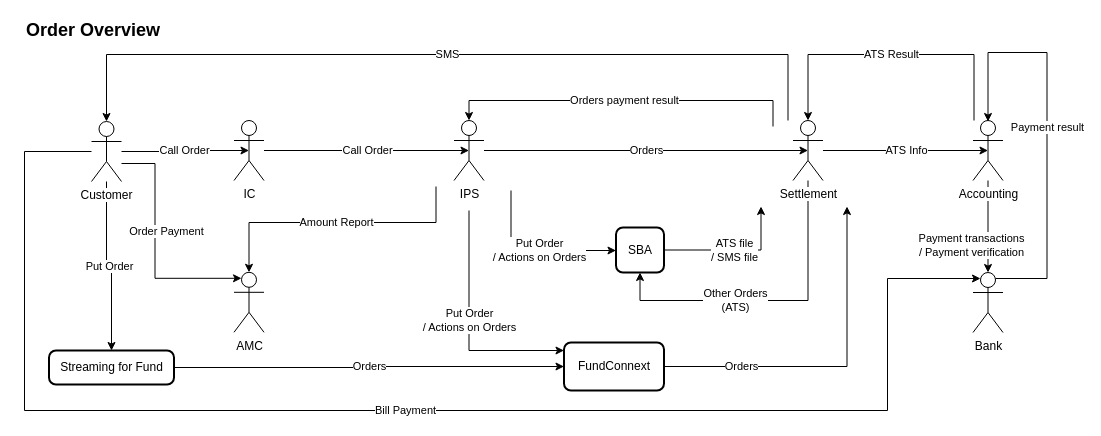
peerapongdev/diagrams keeps this draw.io diagram as page "Order-Overview" (7 of 7) of UT Diagram.drawio. Above is the earlier version. Source tidied: cells renumbered, new cells numbered last; positions are measured from the earlier drawing's top-left corner, leaving out a move shared by most shapes. Both pictures are drawn from the tidied source at 100%, with x=0, y=0 at pixel (24, 17).
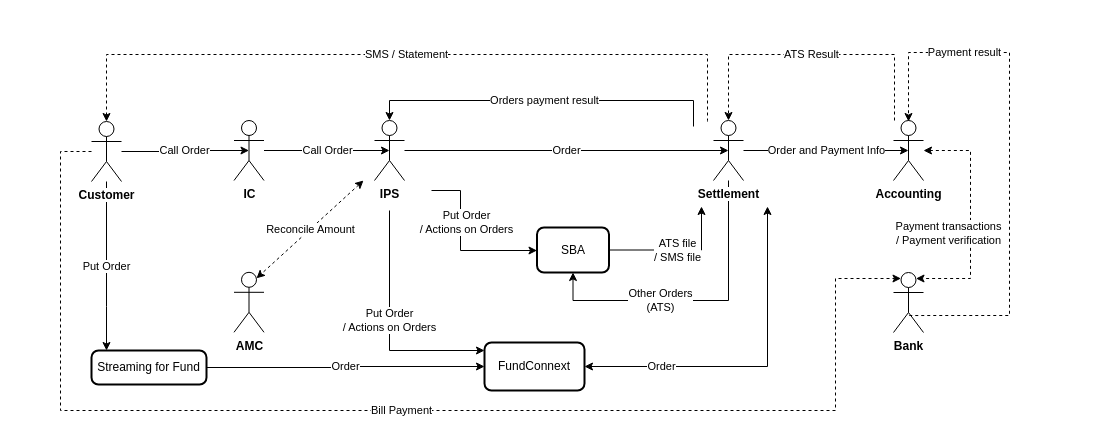
The same diagram, later.

Change to the diagram source:
```diff
@@
     <mxCell id="3" value="Put Order" style="edgeStyle=orthogonalEdgeStyle;rounded=0;jettySize=auto;html=1;fontColor=#000000;" parent="1" edge="1" source="6" target="22">
-      <mxGeometry relative="1" as="geometry" />
+      <mxGeometry relative="1" as="geometry">
+        <Array as="points">
+          <mxPoint x="82" y="289" />
+          <mxPoint x="82" y="289" />
+        </Array>
+      </mxGeometry>
     </mxCell>
-    <mxCell id="4" value="Order Payment" style="edgeStyle=orthogonalEdgeStyle;rounded=0;jettySize=auto;html=1;entryX=0.25;entryY=0.1;entryDx=0;entryDy=0;entryPerimeter=0;fontColor=#000000;" parent="1" edge="1" source="6" target="30">
-      <mxGeometry x="-0.15" y="11" relative="1" as="geometry">
-        <Array as="points">
-          <mxPoint x="130.5" y="146" />
-          <mxPoint x="130.5" y="261" />
-        </Array>
-        <mxPoint y="1" as="offset" />
-      </mxGeometry>
-    </mxCell>
-    <mxCell id="5" value="Bill Payment" style="edgeStyle=orthogonalEdgeStyle;rounded=0;jettySize=auto;html=1;entryX=0.25;entryY=0.1;entryDx=0;entryDy=0;entryPerimeter=0;fontColor=#000000;" parent="1" edge="1" source="6" target="29">
+    <mxCell id="5" value="Bill Payment" style="edgeStyle=orthogonalEdgeStyle;rounded=0;jettySize=auto;html=1;entryX=0.25;entryY=0.1;entryDx=0;entryDy=0;entryPerimeter=0;fontColor=#000000;dashed=1;" parent="1" edge="1" source="6" target="29">
       <mxGeometry relative="1" as="geometry">
         <Array as="points">
-          <mxPoint y="134" />
-          <mxPoint y="393" />
-          <mxPoint x="863" y="393" />
-          <mxPoint x="863" y="261" />
+          <mxPoint x="36" y="134" />
+          <mxPoint x="36" y="393" />
+          <mxPoint x="811" y="393" />
+          <mxPoint x="811" y="261" />
         </Array>
       </mxGeometry>
     </mxCell>
-    <mxCell id="6" value="Customer" style="shape=umlActor;verticalLabelPosition=bottom;labelBackgroundColor=#ffffff;verticalAlign=top;html=1;fontColor=#000000;align=center;" parent="1" vertex="1">
+    <mxCell id="6" value="Customer" style="shape=umlActor;verticalLabelPosition=bottom;labelBackgroundColor=#ffffff;verticalAlign=top;html=1;fontColor=#000000;align=center;fontStyle=1;" parent="1" vertex="1">
       <mxGeometry x="67" y="104" width="30" height="60" as="geometry" />
     </mxCell>
@@
-    <mxCell id="8" value="IC" style="shape=umlActor;verticalLabelPosition=bottom;labelBackgroundColor=#ffffff;verticalAlign=top;html=1;fontColor=#000000;align=center;" parent="1" vertex="1">
+    <mxCell id="8" value="IC" style="shape=umlActor;verticalLabelPosition=bottom;labelBackgroundColor=#ffffff;verticalAlign=top;html=1;fontColor=#000000;align=center;fontStyle=1;" parent="1" vertex="1">
       <mxGeometry x="209.5" y="103" width="30" height="60" as="geometry" />
     </mxCell>
-    <mxCell id="9" value="Orders" style="edgeStyle=orthogonalEdgeStyle;rounded=0;jettySize=auto;html=1;entryX=0.5;entryY=0.5;entryDx=0;entryDy=0;entryPerimeter=0;fontColor=#000000;" parent="1" edge="1" source="12" target="17">
+    <mxCell id="9" value="Order" style="edgeStyle=orthogonalEdgeStyle;rounded=0;jettySize=auto;html=1;entryX=0.5;entryY=0.5;entryDx=0;entryDy=0;entryPerimeter=0;fontColor=#000000;" parent="1" edge="1" source="12" target="17">
       <mxGeometry relative="1" as="geometry" />
     </mxCell>
     <mxCell id="10" value="Put Order&lt;br&gt;/ Actions on Orders&lt;br&gt;" style="edgeStyle=orthogonalEdgeStyle;rounded=0;jettySize=auto;html=1;fontColor=#000000;" parent="1" edge="1" target="24">
       <mxGeometry x="-0.06" relative="1" as="geometry">
-        <mxPoint x="444.5" y="193" as="sourcePoint" />
+        <mxPoint x="365" y="193" as="sourcePoint" />
         <Array as="points">
-          <mxPoint x="444.5" y="333" />
+          <mxPoint x="365" y="333" />
         </Array>
       </mxGeometry>
     </mxCell>
-    <mxCell id="11" value="Amount Report" style="edgeStyle=orthogonalEdgeStyle;rounded=0;jettySize=auto;html=1;entryX=0.5;entryY=0;entryDx=0;entryDy=0;entryPerimeter=0;fontColor=#000000;" parent="1" edge="1" target="30">
+    <mxCell id="11" value="Reconcile Amount" style="rounded=0;jettySize=auto;html=1;entryX=0.75;entryY=0.1;entryDx=0;entryDy=0;entryPerimeter=0;fontColor=#000000;dashed=1;startArrow=classic;startFill=1;" parent="1" edge="1" target="30">
       <mxGeometry relative="1" as="geometry">
-        <mxPoint x="411.5" y="169" as="sourcePoint" />
-        <Array as="points">
-          <mxPoint x="411.5" y="205" />
-          <mxPoint x="224.5" y="205" />
-        </Array>
+        <mxPoint x="339" y="163" as="sourcePoint" />
       </mxGeometry>
     </mxCell>
-    <mxCell id="12" value="IPS" style="shape=umlActor;verticalLabelPosition=bottom;labelBackgroundColor=#ffffff;verticalAlign=top;html=1;fontColor=#000000;align=center;" parent="1" vertex="1">
-      <mxGeometry x="429.5" y="103" width="30" height="60" as="geometry" />
+    <mxCell id="12" value="IPS" style="shape=umlActor;verticalLabelPosition=bottom;labelBackgroundColor=#ffffff;verticalAlign=top;html=1;fontColor=#000000;align=center;fontStyle=1;" parent="1" vertex="1">
+      <mxGeometry x="350" y="103" width="30" height="60" as="geometry" />
     </mxCell>
     <mxCell id="13" value="Other Orders&lt;br&gt;(ATS)&lt;br&gt;" style="edgeStyle=orthogonalEdgeStyle;rounded=0;jettySize=auto;html=1;fontColor=#000000;" parent="1" edge="1" source="17" target="26">
       <mxGeometry x="-0.14" y="-57" relative="1" as="geometry">
         <Array as="points">
-          <mxPoint x="783.5" y="283" />
-          <mxPoint x="615.5" y="283" />
+          <mxPoint x="704.5" y="283" />
+          <mxPoint x="548.5" y="283" />
         </Array>
         <mxPoint x="-57" y="57" as="offset" />
       </mxGeometry>
     </mxCell>
-    <mxCell id="14" value="ATS Info" style="edgeStyle=orthogonalEdgeStyle;rounded=0;jettySize=auto;html=1;entryX=0.5;entryY=0.5;entryDx=0;entryDy=0;entryPerimeter=0;fontColor=#000000;" parent="1" edge="1" source="17" target="20">
+    <mxCell id="14" value="Order and Payment Info" style="edgeStyle=orthogonalEdgeStyle;rounded=0;jettySize=auto;html=1;entryX=0.5;entryY=0.5;entryDx=0;entryDy=0;entryPerimeter=0;fontColor=#000000;" parent="1" edge="1" source="17" target="20">
       <mxGeometry relative="1" as="geometry" />
     </mxCell>
-    <mxCell id="15" value="SMS" style="edgeStyle=orthogonalEdgeStyle;rounded=0;jettySize=auto;html=1;fontColor=#000000;entryX=0.5;entryY=0;entryDx=0;entryDy=0;entryPerimeter=0;" parent="1" edge="1" target="6">
+    <mxCell id="15" value="SMS / Statement" style="edgeStyle=orthogonalEdgeStyle;rounded=0;jettySize=auto;html=1;fontColor=#000000;entryX=0.5;entryY=0;entryDx=0;entryDy=0;entryPerimeter=0;dashed=1;" parent="1" edge="1" target="6">
       <mxGeometry relative="1" as="geometry">
-        <mxPoint x="763.5" y="103" as="sourcePoint" />
+        <mxPoint x="683" y="104" as="sourcePoint" />
         <Array as="points">
-          <mxPoint x="764" y="37" />
+          <mxPoint x="683" y="103" />
+          <mxPoint x="683" y="37" />
           <mxPoint x="82" y="37" />
         </Array>
       </mxGeometry>
     </mxCell>
     <mxCell id="16" value="Orders payment result" style="edgeStyle=orthogonalEdgeStyle;rounded=0;jettySize=auto;html=1;entryX=0.5;entryY=0;entryDx=0;entryDy=0;entryPerimeter=0;fontColor=#000000;" parent="1" edge="1" target="12">
       <mxGeometry relative="1" as="geometry">
-        <mxPoint x="748.5" y="109" as="sourcePoint" />
+        <mxPoint x="669" y="109" as="sourcePoint" />
         <Array as="points">
-          <mxPoint x="748.5" y="83" />
-          <mxPoint x="444.5" y="83" />
+          <mxPoint x="669" y="83" />
+          <mxPoint x="365" y="83" />
         </Array>
       </mxGeometry>
     </mxCell>
-    <mxCell id="17" value="Settlement" style="shape=umlActor;verticalLabelPosition=bottom;labelBackgroundColor=#ffffff;verticalAlign=top;html=1;fontColor=#000000;align=center;" parent="1" vertex="1">
-      <mxGeometry x="768.5" y="103" width="30" height="60" as="geometry" />
+    <mxCell id="17" value="Settlement" style="shape=umlActor;verticalLabelPosition=bottom;labelBackgroundColor=#ffffff;verticalAlign=top;html=1;fontColor=#000000;align=center;fontStyle=1;" parent="1" vertex="1">
+      <mxGeometry x="689" y="103" width="30" height="60" as="geometry" />
     </mxCell>
-    <mxCell id="18" value="ATS Result" style="edgeStyle=orthogonalEdgeStyle;rounded=0;jettySize=auto;html=1;fontColor=#000000;" parent="1" edge="1" source="20">
+    <mxCell id="18" value="ATS Result" style="edgeStyle=orthogonalEdgeStyle;rounded=0;jettySize=auto;html=1;fontColor=#000000;dashed=1;" parent="1" edge="1" source="20">
       <mxGeometry relative="1" as="geometry">
-        <mxPoint x="783.5" y="103" as="targetPoint" />
+        <mxPoint x="704" y="103" as="targetPoint" />
         <Array as="points">
-          <mxPoint x="949.5" y="37" />
-          <mxPoint x="783.5" y="37" />
+          <mxPoint x="870" y="37" />
+          <mxPoint x="704" y="37" />
         </Array>
       </mxGeometry>
     </mxCell>
-    <mxCell id="19" value="Payment transactions&lt;br&gt;/ Payment verification&lt;br&gt;" style="edgeStyle=orthogonalEdgeStyle;rounded=0;jettySize=auto;html=1;fontColor=#000000;entryX=0.5;entryY=0;entryDx=0;entryDy=0;entryPerimeter=0;" parent="1" edge="1" source="20" target="29">
-      <mxGeometry x="0.41" y="-17" relative="1" as="geometry" />
+    <mxCell id="19" value="Payment transactions&lt;br&gt;/ Payment verification&lt;br&gt;" style="edgeStyle=orthogonalEdgeStyle;rounded=0;jettySize=auto;html=1;fontColor=#000000;entryX=0.75;entryY=0.1;entryDx=0;entryDy=0;entryPerimeter=0;startArrow=classic;startFill=1;dashed=1;" parent="1" edge="1" source="20" target="29">
+      <mxGeometry x="0.13" y="-22" relative="1" as="geometry">
+        <Array as="points">
+          <mxPoint x="946" y="133" />
+          <mxPoint x="946" y="261" />
+        </Array>
+      </mxGeometry>
     </mxCell>
-    <mxCell id="20" value="Accounting" style="shape=umlActor;verticalLabelPosition=bottom;labelBackgroundColor=#ffffff;verticalAlign=top;html=1;fontColor=#000000;align=center;" parent="1" vertex="1">
-      <mxGeometry x="948.5" y="103" width="30" height="60" as="geometry" />
+    <mxCell id="20" value="Accounting" style="shape=umlActor;verticalLabelPosition=bottom;labelBackgroundColor=#ffffff;verticalAlign=top;html=1;fontColor=#000000;align=center;fontStyle=1;" parent="1" vertex="1">
+      <mxGeometry x="869" y="103" width="30" height="60" as="geometry" />
     </mxCell>
-    <mxCell id="21" value="Orders" style="edgeStyle=orthogonalEdgeStyle;rounded=0;jettySize=auto;html=1;fontColor=#000000;" parent="1" edge="1" source="22" target="24">
+    <mxCell id="21" value="Order" style="edgeStyle=orthogonalEdgeStyle;rounded=0;jettySize=auto;html=1;fontColor=#000000;" parent="1" edge="1" source="22" target="24">
       <mxGeometry relative="1" as="geometry" />
     </mxCell>
     <mxCell id="22" value="Streaming for Fund" style="rounded=1;whiteSpace=wrap;html=1;absoluteArcSize=1;arcSize=14;strokeWidth=2;fontColor=#000000;align=center;" parent="1" vertex="1">
-      <mxGeometry x="24.5" y="333" width="125" height="34" as="geometry" />
+      <mxGeometry x="67" y="333" width="115" height="34" as="geometry" />
     </mxCell>
-    <mxCell id="23" value="Orders" style="edgeStyle=orthogonalEdgeStyle;rounded=0;jettySize=auto;html=1;fontColor=#000000;" parent="1" edge="1" source="24">
+    <mxCell id="23" value="Order" style="edgeStyle=orthogonalEdgeStyle;rounded=0;jettySize=auto;html=1;fontColor=#000000;startArrow=classic;startFill=1;" parent="1" edge="1" source="24">
       <mxGeometry x="-0.55" relative="1" as="geometry">
-        <mxPoint x="822.5" y="189" as="targetPoint" />
+        <mxPoint x="743" y="189" as="targetPoint" />
         <Array as="points">
-          <mxPoint x="822.5" y="349" />
+          <mxPoint x="743" y="349" />
         </Array>
       </mxGeometry>
     </mxCell>
     <mxCell id="24" value="FundConnext" style="rounded=1;whiteSpace=wrap;html=1;absoluteArcSize=1;arcSize=14;strokeWidth=2;fontColor=#000000;align=center;" parent="1" vertex="1">
-      <mxGeometry x="539.5" y="325" width="100" height="48" as="geometry" />
+      <mxGeometry x="460" y="325" width="100" height="48" as="geometry" />
     </mxCell>
     <mxCell id="25" value="ATS file&lt;br&gt;/ SMS file&lt;br&gt;" style="edgeStyle=orthogonalEdgeStyle;rounded=0;jettySize=auto;html=1;fontColor=#000000;" parent="1" edge="1" source="26">
       <mxGeometry relative="1" as="geometry">
-        <mxPoint x="736.5" y="189" as="targetPoint" />
+        <mxPoint x="677" y="189" as="targetPoint" />
         <Array as="points">
-          <mxPoint x="736.5" y="233" />
+          <mxPoint x="677" y="233" />
+          <mxPoint x="677" y="189" />
         </Array>
       </mxGeometry>
     </mxCell>
     <mxCell id="26" value="SBA" style="rounded=1;whiteSpace=wrap;html=1;absoluteArcSize=1;arcSize=14;strokeWidth=2;fontColor=#000000;align=center;" parent="1" vertex="1">
-      <mxGeometry x="591.5" y="210" width="48" height="45" as="geometry" />
+      <mxGeometry x="512.5" y="210" width="72" height="45" as="geometry" />
     </mxCell>
     <mxCell id="27" value="Put Order&lt;br&gt;/ Actions on Orders&lt;br&gt;" style="edgeStyle=orthogonalEdgeStyle;rounded=0;jettySize=auto;html=1;fontColor=#000000;" parent="1" edge="1" target="26">
-      <mxGeometry x="-0.27" y="28" relative="1" as="geometry">
-        <mxPoint x="486.5" y="173" as="sourcePoint" />
+      <mxGeometry x="-0.26" y="6" relative="1" as="geometry">
+        <mxPoint x="407" y="173" as="sourcePoint" />
         <Array as="points">
-          <mxPoint x="486.5" y="173" />
-          <mxPoint x="486.5" y="233" />
+          <mxPoint x="436" y="173" />
+          <mxPoint x="436" y="233" />
         </Array>
-        <mxPoint x="28" y="28" as="offset" />
       </mxGeometry>
     </mxCell>
-    <mxCell id="28" value="Payment result" style="edgeStyle=orthogonalEdgeStyle;rounded=0;jettySize=auto;html=1;fontColor=#000000;exitX=0.75;exitY=0.1;exitDx=0;exitDy=0;exitPerimeter=0;" parent="1" edge="1" source="29">
-      <mxGeometry relative="1" as="geometry">
-        <mxPoint x="963.5" y="104" as="targetPoint" />
+    <mxCell id="28" value="Payment result" style="edgeStyle=orthogonalEdgeStyle;rounded=0;jettySize=auto;html=1;fontColor=#000000;exitX=0.525;exitY=0.717;exitDx=0;exitDy=0;exitPerimeter=0;dashed=1;" parent="1" edge="1" source="29">
+      <mxGeometry x="0.53" relative="1" as="geometry">
+        <mxPoint x="884" y="104" as="targetPoint" />
         <Array as="points">
-          <mxPoint x="1022.5" y="261" />
-          <mxPoint x="1022.5" y="35" />
-          <mxPoint x="963.5" y="35" />
+          <mxPoint x="985" y="298" />
+          <mxPoint x="985" y="35" />
+          <mxPoint x="884" y="35" />
         </Array>
       </mxGeometry>
     </mxCell>
-    <mxCell id="29" value="Bank" style="shape=umlActor;verticalLabelPosition=bottom;labelBackgroundColor=#ffffff;verticalAlign=top;html=1;fontColor=#000000;align=center;" parent="1" vertex="1">
-      <mxGeometry x="948.5" y="255" width="30" height="60" as="geometry" />
+    <mxCell id="29" value="Bank" style="shape=umlActor;verticalLabelPosition=bottom;labelBackgroundColor=#ffffff;verticalAlign=top;html=1;fontColor=#000000;align=center;fontStyle=1;" parent="1" vertex="1">
+      <mxGeometry x="869" y="255" width="30" height="60" as="geometry" />
     </mxCell>
-    <mxCell id="30" value="AMC" style="shape=umlActor;verticalLabelPosition=bottom;labelBackgroundColor=#ffffff;verticalAlign=top;html=1;fontColor=#000000;align=center;" parent="1" vertex="1">
+    <mxCell id="30" value="AMC" style="shape=umlActor;verticalLabelPosition=bottom;labelBackgroundColor=#ffffff;verticalAlign=top;html=1;fontColor=#000000;align=center;fontStyle=1;" parent="1" vertex="1">
       <mxGeometry x="209.5" y="254.8" width="30" height="60" as="geometry" />
     </mxCell>
-    <mxCell id="31" value="&lt;b&gt;&lt;font style=&quot;font-size: 18px&quot;&gt;Order Overview&lt;/font&gt;&lt;/b&gt;" style="text;html=1;align=left;verticalAlign=top;spacingTop=-4;fontColor=#000000;" parent="1" vertex="1">
-      <mxGeometry x="-0.5" width="144" height="15" as="geometry" />
-    </mxCell>
```
